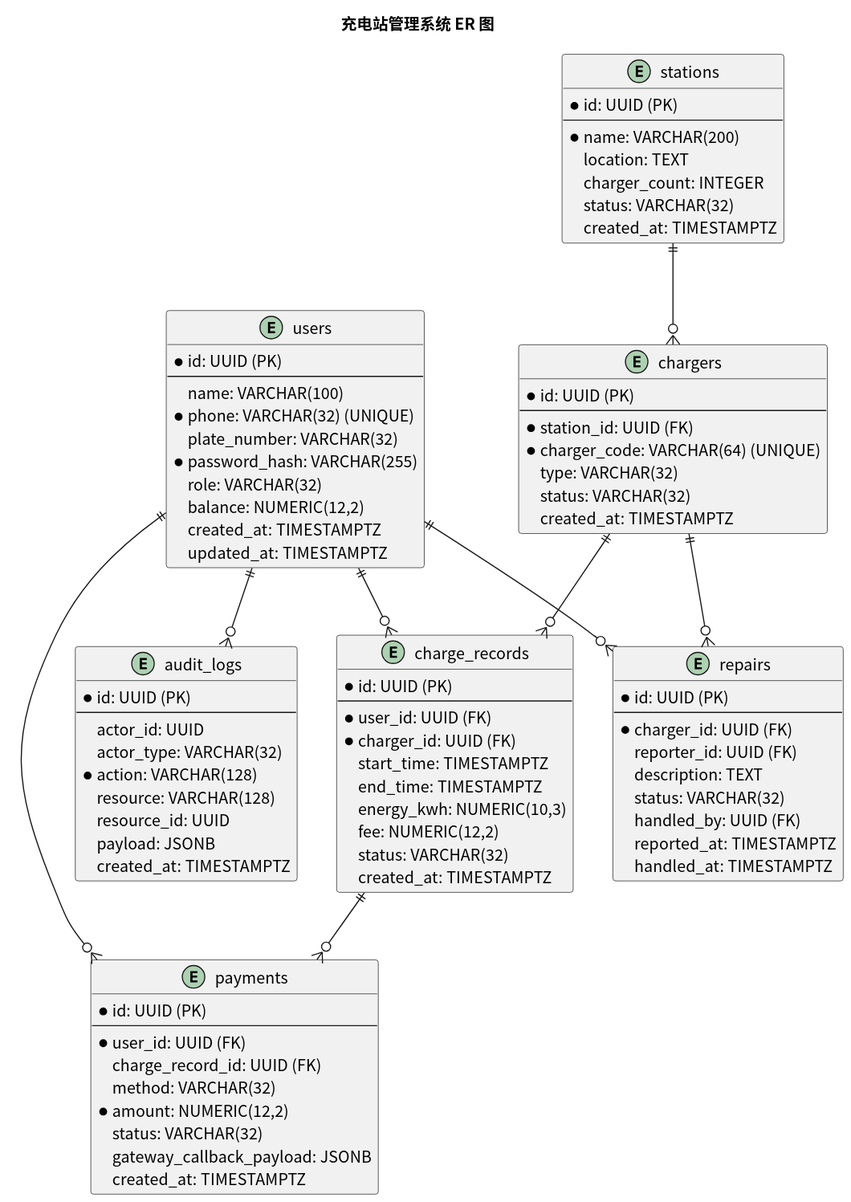
The PlantUML diagram usecase/docs/database/img/er_diagram.svg in greenhandzdl/charging-station-doc, before a commit.
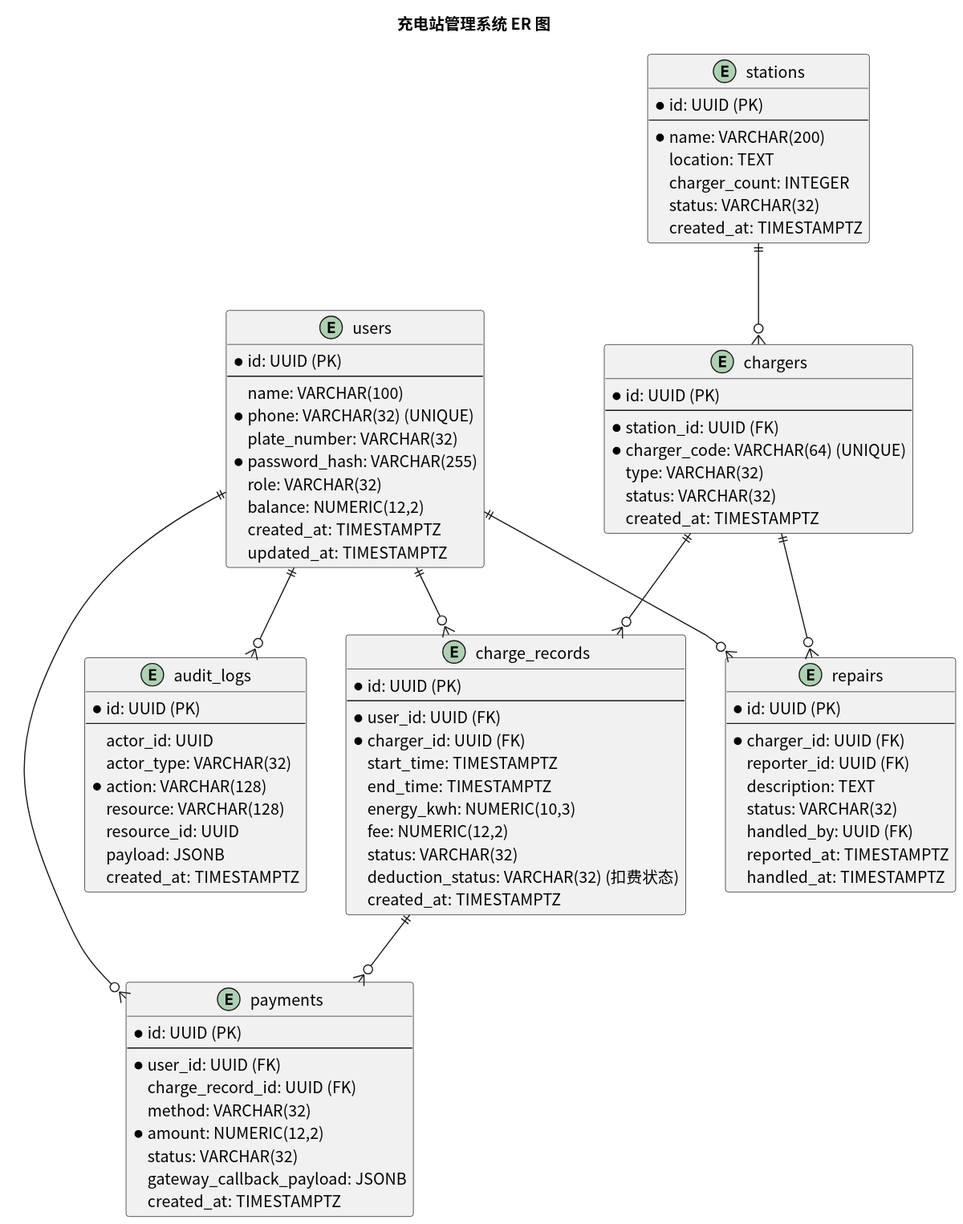
After the commit.

The edit, as a diff of the source:
```diff
@@ -46,6 +46,7 @@
   energy_kwh: NUMERIC(10,3)
   fee: NUMERIC(12,2)
   status: VARCHAR(32)
+  deduction_status: VARCHAR(32) (扣费状态)
   created_at: TIMESTAMPTZ
 }
 
```
